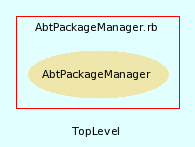
Before: src/trunk/doc/dot/f_4.png, a diagram exported from Graphviz (eschabell/abtlinux). Its source is kept beside it as src/trunk/doc/dot/f_4.dot.
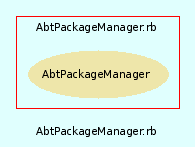
Above is the later version.

Change to the diagram source:
```diff
@@ -3,7 +3,7 @@
     bgcolor = lightcyan1
     fontname = Arial
     fontsize = 8
-    label = "TopLevel"
+    label = "AbtPackageManager.rb"
     node [
         fontname = Arial,
         fontsize = 8,
```
